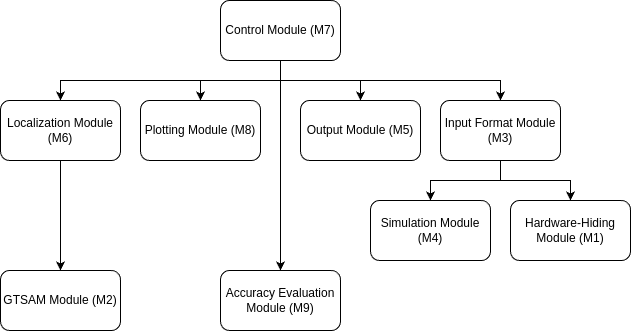
Before: docs/Design/SoftArchitecture/UsesHierarchy.png, a diagram exported from draw.io (AliyahJimoh/2D-Localizer). Source tidied: cells renumbered, new cells last; positions are measured from the earlier drawing's top-left corner, leaving out a move shared by most shapes.
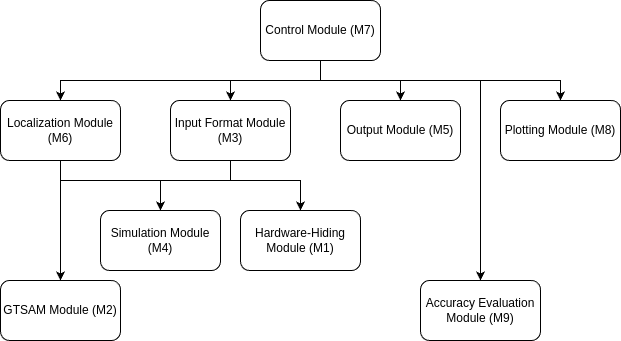
After the change.

Change to the diagram source:
```diff
@@ -2,81 +2,89 @@
   <root>
     <mxCell id="0" />
     <mxCell id="1" parent="0" />
+    <mxCell id="5" style="edgeStyle=orthogonalEdgeStyle;rounded=0;jettySize=auto;html=1;" parent="1" edge="1" source="7" target="14">
+      <mxGeometry relative="1" as="geometry">
+        <Array as="points">
+          <mxPoint x="320" y="80" />
+          <mxPoint x="60" y="80" />
+        </Array>
+      </mxGeometry>
+    </mxCell>
+    <mxCell id="4" style="edgeStyle=orthogonalEdgeStyle;rounded=0;jettySize=auto;html=1;entryX=0.5;entryY=0;entryDx=0;entryDy=0;" parent="1" edge="1" source="7" target="11">
+      <mxGeometry relative="1" as="geometry" />
+    </mxCell>
+    <mxCell id="3" style="edgeStyle=orthogonalEdgeStyle;rounded=0;jettySize=auto;html=1;entryX=0.5;entryY=0;entryDx=0;entryDy=0;" parent="1" edge="1" source="7" target="8">
+      <mxGeometry relative="1" as="geometry" />
+    </mxCell>
+    <mxCell id="6" style="edgeStyle=orthogonalEdgeStyle;rounded=0;jettySize=auto;html=1;entryX=0.5;entryY=0;entryDx=0;entryDy=0;" parent="1" edge="1" source="7" target="18">
+      <mxGeometry relative="1" as="geometry">
+        <Array as="points">
+          <mxPoint x="320" y="80" />
+          <mxPoint x="480" y="80" />
+        </Array>
+      </mxGeometry>
+    </mxCell>
-    <mxCell id="2" style="edgeStyle=orthogonalEdgeStyle;rounded=0;jettySize=auto;html=1;" parent="1" edge="1" source="7" target="12">
+    <mxCell id="2" style="edgeStyle=orthogonalEdgeStyle;rounded=0;jettySize=auto;html=1;entryX=0.5;entryY=0;entryDx=0;entryDy=0;" parent="1" edge="1" source="7" target="12">
       <mxGeometry relative="1" as="geometry">
         <Array as="points">
-          <mxPoint x="280" y="80" />
-          <mxPoint x="200" y="80" />
+          <mxPoint x="320" y="80" />
+          <mxPoint x="560" y="80" />
         </Array>
       </mxGeometry>
     </mxCell>
-    <mxCell id="3" style="edgeStyle=orthogonalEdgeStyle;rounded=0;jettySize=auto;html=1;entryX=0.5;entryY=0;entryDx=0;entryDy=0;" parent="1" edge="1" source="7" target="8">
-      <mxGeometry relative="1" as="geometry">
-        <Array as="points">
-          <mxPoint x="280" y="80" />
-          <mxPoint x="360" y="80" />
-        </Array>
-      </mxGeometry>
-    </mxCell>
-    <mxCell id="4" style="edgeStyle=orthogonalEdgeStyle;rounded=0;jettySize=auto;html=1;entryX=0.5;entryY=0;entryDx=0;entryDy=0;" parent="1" edge="1" source="7" target="11">
-      <mxGeometry relative="1" as="geometry">
-        <Array as="points">
-          <mxPoint x="280" y="80" />
-          <mxPoint x="500" y="80" />
-        </Array>
-      </mxGeometry>
-    </mxCell>
-    <mxCell id="5" style="edgeStyle=orthogonalEdgeStyle;rounded=0;jettySize=auto;html=1;" parent="1" edge="1" source="7" target="14">
-      <mxGeometry relative="1" as="geometry">
-        <Array as="points">
-          <mxPoint x="280" y="80" />
-          <mxPoint x="60" y="80" />
-        </Array>
-      </mxGeometry>
-    </mxCell>
-    <mxCell id="6" style="edgeStyle=orthogonalEdgeStyle;rounded=0;jettySize=auto;html=1;" parent="1" edge="1" source="7" target="18">
-      <mxGeometry relative="1" as="geometry" />
-    </mxCell>
     <mxCell id="7" value="Control Module (M7)" style="rounded=1;whiteSpace=wrap;html=1;" parent="1" vertex="1">
-      <mxGeometry x="220" width="120" height="60" as="geometry" />
+      <mxGeometry x="260" width="120" height="60" as="geometry" />
     </mxCell>
     <mxCell id="8" value="Output Module (M5)" style="rounded=1;whiteSpace=wrap;html=1;" parent="1" vertex="1">
-      <mxGeometry x="300" y="100" width="120" height="60" as="geometry" />
+      <mxGeometry x="340" y="100" width="120" height="60" as="geometry" />
     </mxCell>
     <mxCell id="9" style="edgeStyle=orthogonalEdgeStyle;rounded=0;jettySize=auto;html=1;" parent="1" edge="1" source="11" target="17">
       <mxGeometry relative="1" as="geometry">
         <Array as="points">
-          <mxPoint x="500" y="180" />
-          <mxPoint x="430" y="180" />
+          <mxPoint x="230" y="180" />
+          <mxPoint x="160" y="180" />
         </Array>
       </mxGeometry>
     </mxCell>
     <mxCell id="10" style="edgeStyle=orthogonalEdgeStyle;rounded=0;jettySize=auto;html=1;entryX=0.5;entryY=0;entryDx=0;entryDy=0;" parent="1" edge="1" source="11" target="15">
-      <mxGeometry relative="1" as="geometry" />
+      <mxGeometry relative="1" as="geometry">
+        <Array as="points">
+          <mxPoint x="230" y="180" />
+          <mxPoint x="300" y="180" />
+        </Array>
+      </mxGeometry>
     </mxCell>
     <mxCell id="11" value="Input Format Module (M3)" style="rounded=1;whiteSpace=wrap;html=1;" parent="1" vertex="1">
-      <mxGeometry x="440" y="100" width="120" height="60" as="geometry" />
+      <mxGeometry x="170" y="100" width="120" height="60" as="geometry" />
     </mxCell>
     <mxCell id="12" value="Plotting Module (M8)" style="rounded=1;whiteSpace=wrap;html=1;" parent="1" vertex="1">
-      <mxGeometry x="140" y="100" width="120" height="60" as="geometry" />
+      <mxGeometry x="500" y="100" width="120" height="60" as="geometry" />
     </mxCell>
     <mxCell id="13" style="edgeStyle=orthogonalEdgeStyle;rounded=0;jettySize=auto;html=1;" parent="1" edge="1" source="14" target="16">
       <mxGeometry relative="1" as="geometry" />
     </mxCell>
+    <mxCell id="19" style="edgeStyle=orthogonalEdgeStyle;rounded=0;jettySize=auto;html=1;entryX=0.5;entryY=0;entryDx=0;entryDy=0;" parent="1" edge="1" source="14" target="17">
+      <mxGeometry relative="1" as="geometry">
+        <Array as="points">
+          <mxPoint x="60" y="180" />
+          <mxPoint x="160" y="180" />
+        </Array>
+      </mxGeometry>
+    </mxCell>
     <mxCell id="14" value="Localization Module (M6)" style="rounded=1;whiteSpace=wrap;html=1;" parent="1" vertex="1">
       <mxGeometry y="100" width="120" height="60" as="geometry" />
     </mxCell>
     <mxCell id="15" value="Hardware-Hiding Module (M1)" style="rounded=1;whiteSpace=wrap;html=1;" parent="1" vertex="1">
-      <mxGeometry x="510" y="200" width="120" height="60" as="geometry" />
+      <mxGeometry x="240" y="210" width="120" height="60" as="geometry" />
     </mxCell>
     <mxCell id="16" value="GTSAM Module (M2)" style="rounded=1;whiteSpace=wrap;html=1;" parent="1" vertex="1">
-      <mxGeometry y="270" width="120" height="60" as="geometry" />
+      <mxGeometry y="280" width="120" height="60" as="geometry" />
     </mxCell>
     <mxCell id="17" value="Simulation Module (M4)" style="rounded=1;whiteSpace=wrap;html=1;" parent="1" vertex="1">
-      <mxGeometry x="370" y="200" width="120" height="60" as="geometry" />
+      <mxGeometry x="100" y="210" width="120" height="60" as="geometry" />
     </mxCell>
     <mxCell id="18" value="Accuracy Evaluation Module (M9)" style="rounded=1;whiteSpace=wrap;html=1;" parent="1" vertex="1">
-      <mxGeometry x="220" y="270" width="120" height="60" as="geometry" />
+      <mxGeometry x="420" y="280" width="120" height="60" as="geometry" />
     </mxCell>
   </root>
 </mxGraphModel>
```
